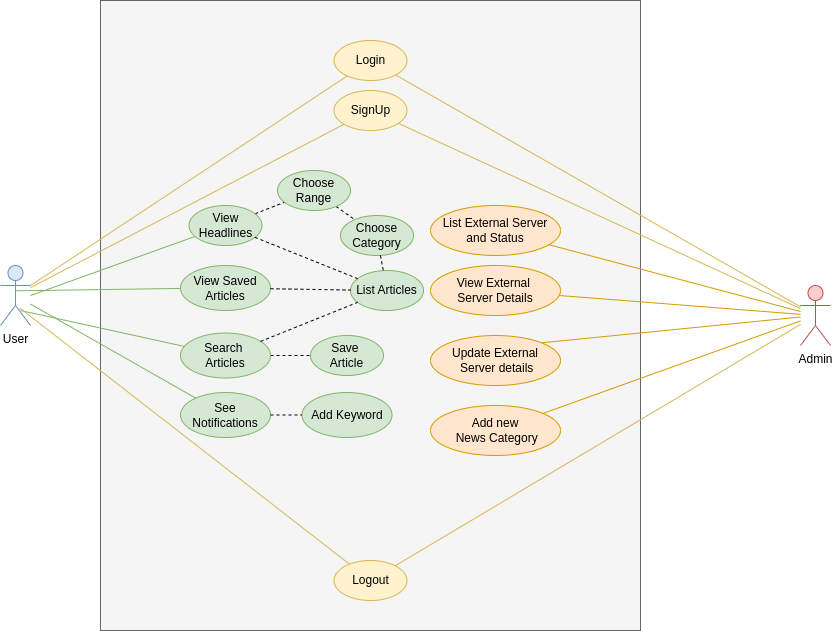
Before: final-project/diagram/L&C_Final_Project_Use_Case_Diagram.drawio.png, a diagram exported from draw.io (KrishanuITT/LearnAndCode). Source tidied: cells renumbered, new cells last; positions are measured from the earlier drawing's top-left corner, leaving out a move shared by most shapes. The source it was exported from:
```xml
<mxGraphModel>
  <root>
    <mxCell id="0" />
    <mxCell id="1" parent="0" />
    <mxCell id="2" style="rounded=0;whiteSpace=wrap;html=1;strokeColor=#666666;fillColor=#f5f5f5;fontColor=#333333;" parent="1" vertex="1">
      <mxGeometry x="100" width="540" height="630" as="geometry" />
    </mxCell>
    <mxCell id="3" style="rounded=0;jettySize=auto;html=1;strokeColor=#d6b656;fillColor=#fff2cc;endArrow=none;startFill=0;" parent="1" edge="1" source="31" target="9">
      <mxGeometry relative="1" as="geometry" />
    </mxCell>
    <mxCell id="4" style="rounded=0;jettySize=auto;html=1;strokeColor=#82b366;fillColor=#d5e8d4;endArrow=none;startFill=0;" parent="1" edge="1" target="25">
      <mxGeometry relative="1" as="geometry">
        <mxPoint x="30" y="295" as="sourcePoint" />
      </mxGeometry>
    </mxCell>
    <mxCell id="5" style="rounded=0;jettySize=auto;html=1;exitX=0.501;exitY=0.422;exitDx=0;exitDy=0;exitPerimeter=0;strokeColor=#82b366;fillColor=#d5e8d4;endArrow=none;startFill=0;" parent="1" edge="1" source="31" target="26">
      <mxGeometry relative="1" as="geometry" />
    </mxCell>
    <mxCell id="6" style="rounded=0;jettySize=auto;html=1;exitX=0.667;exitY=0.75;exitDx=0;exitDy=0;exitPerimeter=0;strokeColor=#82b366;fillColor=#d5e8d4;endArrow=none;startFill=0;" parent="1" edge="1" source="31" target="28">
      <mxGeometry relative="1" as="geometry" />
    </mxCell>
    <mxCell id="7" style="rounded=0;jettySize=auto;html=1;strokeColor=#82b366;fillColor=#d5e8d4;endArrow=none;startFill=0;" parent="1" edge="1" source="31" target="29">
      <mxGeometry relative="1" as="geometry" />
    </mxCell>
    <mxCell id="8" style="rounded=0;jettySize=auto;html=1;exitX=0.652;exitY=0.712;exitDx=0;exitDy=0;exitPerimeter=0;strokeColor=#d6b656;fillColor=#fff2cc;endArrow=none;startFill=0;" parent="1" edge="1" source="31" target="11">
      <mxGeometry relative="1" as="geometry" />
    </mxCell>
    <mxCell id="9" value="Login" style="ellipse;whiteSpace=wrap;html=1;strokeColor=#d6b656;fillColor=#fff2cc;" parent="1" vertex="1">
      <mxGeometry x="333.5" y="40" width="73" height="40" as="geometry" />
    </mxCell>
    <mxCell id="10" value="SignUp" style="ellipse;whiteSpace=wrap;html=1;strokeColor=#d6b656;fillColor=#fff2cc;" parent="1" vertex="1">
      <mxGeometry x="333.5" y="90" width="73" height="40" as="geometry" />
    </mxCell>
    <mxCell id="11" value="Logout" style="ellipse;whiteSpace=wrap;html=1;strokeColor=#d6b656;fillColor=#fff2cc;" parent="1" vertex="1">
      <mxGeometry x="333.5" y="560" width="73" height="40" as="geometry" />
    </mxCell>
    <mxCell id="12" style="rounded=0;jettySize=auto;html=1;strokeColor=#d6b656;fillColor=#fff2cc;endArrow=none;startFill=0;" parent="1" edge="1" source="19" target="9">
      <mxGeometry relative="1" as="geometry" />
    </mxCell>
    <mxCell id="13" style="rounded=0;jettySize=auto;html=1;strokeColor=#d6b656;fillColor=#fff2cc;endArrow=none;startFill=0;" parent="1" edge="1" source="19" target="10">
      <mxGeometry relative="1" as="geometry" />
    </mxCell>
    <mxCell id="14" style="rounded=0;jettySize=auto;html=1;strokeColor=#d79b00;fillColor=#ffe6cc;endArrow=none;startFill=0;" parent="1" edge="1" source="19" target="20">
      <mxGeometry relative="1" as="geometry" />
    </mxCell>
    <mxCell id="15" style="rounded=0;jettySize=auto;html=1;strokeColor=#d79b00;fillColor=#ffe6cc;endArrow=none;startFill=0;" parent="1" edge="1" source="19" target="21">
      <mxGeometry relative="1" as="geometry" />
    </mxCell>
    <mxCell id="16" style="rounded=0;jettySize=auto;html=1;entryX=1;entryY=0;entryDx=0;entryDy=0;strokeColor=#d79b00;fillColor=#ffe6cc;endArrow=none;startFill=0;" parent="1" edge="1" source="19" target="22">
      <mxGeometry relative="1" as="geometry" />
    </mxCell>
    <mxCell id="17" style="rounded=0;jettySize=auto;html=1;strokeColor=#d79b00;fillColor=#ffe6cc;endArrow=none;startFill=0;" parent="1" edge="1" source="19" target="23">
      <mxGeometry relative="1" as="geometry" />
    </mxCell>
    <mxCell id="18" style="rounded=0;jettySize=auto;html=1;strokeColor=#d6b656;fillColor=#fff2cc;endArrow=none;startFill=0;" parent="1" edge="1" source="19" target="11">
      <mxGeometry relative="1" as="geometry" />
    </mxCell>
    <mxCell id="19" value="Admin" style="shape=umlActor;html=1;verticalLabelPosition=bottom;verticalAlign=top;align=center;strokeColor=#b85450;fillColor=#f8cecc;" parent="1" vertex="1">
      <mxGeometry x="800" y="285" width="30" height="60" as="geometry" />
    </mxCell>
    <mxCell id="20" value="List External Server and Status" style="ellipse;whiteSpace=wrap;html=1;strokeColor=#d79b00;fillColor=#ffe6cc;" parent="1" vertex="1">
      <mxGeometry x="430" y="205" width="130" height="50" as="geometry" />
    </mxCell>
    <mxCell id="21" value="View External&amp;nbsp;&lt;div&gt;Server Details&lt;span style=&quot;color: rgba(0, 0, 0, 0); font-family: monospace; font-size: 0px; text-align: start; text-wrap-mode: nowrap;&quot;&gt;%3CmxGraphModel%3E%3Croot%3E%3CmxCell%20id%3D%220%22%2F%3E%3CmxCell%20id%3D%221%22%20parent%3D%220%22%2F%3E%3CmxCell%20id%3D%222%22%20value%3D%22List%20External%20Server%20and%20Status%22%20style%3D%22ellipse%3BwhiteSpace%3Dwrap%3Bhtml%3D1%3B%22%20vertex%3D%221%22%20parent%3D%221%22%3E%3CmxGeometry%20x%3D%22-380%22%20y%3D%22370%22%20width%3D%22130%22%20height%3D%2250%22%20as%3D%22geometry%22%2F%3E%3C%2FmxCell%3E%3C%2Froot%3E%3C%2FmxGraphModel%3E&lt;/span&gt;&lt;/div&gt;" style="ellipse;whiteSpace=wrap;html=1;strokeColor=#d79b00;fillColor=#ffe6cc;" parent="1" vertex="1">
      <mxGeometry x="430" y="265" width="130" height="50" as="geometry" />
    </mxCell>
    <mxCell id="22" value="Update External&lt;div&gt;&amp;nbsp;Server details&lt;/div&gt;" style="ellipse;whiteSpace=wrap;html=1;strokeColor=#d79b00;fillColor=#ffe6cc;" parent="1" vertex="1">
      <mxGeometry x="430" y="335" width="130" height="50" as="geometry" />
    </mxCell>
    <mxCell id="23" value="Add new&lt;div&gt;&amp;nbsp;News Category&lt;/div&gt;" style="ellipse;whiteSpace=wrap;html=1;strokeColor=#d79b00;fillColor=#ffe6cc;" parent="1" vertex="1">
      <mxGeometry x="430" y="405" width="130" height="50" as="geometry" />
    </mxCell>
    <mxCell id="24" style="rounded=0;jettySize=auto;html=1;dashed=1;endArrow=none;startFill=0;" parent="1" edge="1" source="25" target="33">
      <mxGeometry relative="1" as="geometry" />
    </mxCell>
    <mxCell id="25" value="View Headlines" style="ellipse;whiteSpace=wrap;html=1;strokeColor=#82b366;fillColor=#d5e8d4;" parent="1" vertex="1">
      <mxGeometry x="188.5" y="205" width="73" height="40" as="geometry" />
    </mxCell>
    <mxCell id="26" value="View Saved Articles" style="ellipse;whiteSpace=wrap;html=1;strokeColor=#82b366;fillColor=#d5e8d4;" parent="1" vertex="1">
      <mxGeometry x="180" y="265" width="90" height="45" as="geometry" />
    </mxCell>
    <mxCell id="27" style="rounded=0;jettySize=auto;html=1;dashed=1;endArrow=none;startFill=0;" parent="1" edge="1" source="28" target="35">
      <mxGeometry relative="1" as="geometry" />
    </mxCell>
    <mxCell id="28" value="Search&amp;nbsp;&lt;div&gt;Articles&lt;/div&gt;" style="ellipse;whiteSpace=wrap;html=1;strokeColor=#82b366;fillColor=#d5e8d4;" parent="1" vertex="1">
      <mxGeometry x="180" y="332.5" width="90" height="45" as="geometry" />
    </mxCell>
    <mxCell id="29" value="See&lt;div&gt;Notifications&lt;/div&gt;" style="ellipse;whiteSpace=wrap;html=1;strokeColor=#82b366;fillColor=#d5e8d4;" parent="1" vertex="1">
      <mxGeometry x="180" y="392" width="90" height="45" as="geometry" />
    </mxCell>
    <mxCell id="30" style="rounded=0;jettySize=auto;html=1;strokeColor=#d6b656;fillColor=#fff2cc;endArrow=none;startFill=0;" parent="1" edge="1" source="31" target="10">
      <mxGeometry relative="1" as="geometry" />
    </mxCell>
    <mxCell id="31" value="User" style="shape=umlActor;html=1;verticalLabelPosition=bottom;verticalAlign=top;align=center;strokeColor=#6c8ebf;fillColor=#dae8fc;" parent="1" vertex="1">
      <mxGeometry y="265" width="30" height="60" as="geometry" />
    </mxCell>
    <mxCell id="32" style="rounded=0;jettySize=auto;html=1;endArrow=none;startFill=0;dashed=1;" parent="1" edge="1" source="33" target="34">
      <mxGeometry relative="1" as="geometry" />
    </mxCell>
    <mxCell id="33" value="Choose Range" style="ellipse;whiteSpace=wrap;html=1;strokeColor=#82b366;fillColor=#d5e8d4;" parent="1" vertex="1">
      <mxGeometry x="277" y="170" width="73" height="40" as="geometry" />
    </mxCell>
    <mxCell id="34" value="Choose Category" style="ellipse;whiteSpace=wrap;html=1;strokeColor=#82b366;fillColor=#d5e8d4;" parent="1" vertex="1">
      <mxGeometry x="340" y="215" width="73" height="40" as="geometry" />
    </mxCell>
    <mxCell id="35" value="Save&amp;nbsp;&lt;div&gt;Article&lt;/div&gt;" style="ellipse;whiteSpace=wrap;html=1;strokeColor=#82b366;fillColor=#d5e8d4;" parent="1" vertex="1">
      <mxGeometry x="310" y="335" width="73" height="40" as="geometry" />
    </mxCell>
    <mxCell id="36" value="Add Keyword" style="ellipse;whiteSpace=wrap;html=1;strokeColor=#82b366;fillColor=#d5e8d4;" parent="1" vertex="1">
      <mxGeometry x="301.5" y="392" width="90" height="45" as="geometry" />
    </mxCell>
    <mxCell id="37" style="rounded=0;jettySize=auto;html=1;dashed=1;endArrow=none;startFill=0;exitX=1;exitY=0.5;exitDx=0;exitDy=0;" parent="1" edge="1" source="29" target="36">
      <mxGeometry relative="1" as="geometry" />
    </mxCell>
    <mxCell id="38" value="List Articles" style="ellipse;whiteSpace=wrap;html=1;strokeColor=#82b366;fillColor=#d5e8d4;" parent="1" vertex="1">
      <mxGeometry x="350" y="270" width="73" height="40" as="geometry" />
    </mxCell>
    <mxCell id="39" style="rounded=0;jettySize=auto;html=1;dashed=1;endArrow=none;startFill=0;" parent="1" edge="1" source="26" target="38">
      <mxGeometry relative="1" as="geometry" />
    </mxCell>
    <mxCell id="40" style="rounded=0;jettySize=auto;html=1;dashed=1;endArrow=none;startFill=0;" parent="1" edge="1" source="34" target="38">
      <mxGeometry relative="1" as="geometry" />
    </mxCell>
    <mxCell id="41" style="rounded=0;jettySize=auto;html=1;dashed=1;endArrow=none;startFill=0;" parent="1" edge="1" source="28" target="38">
      <mxGeometry relative="1" as="geometry" />
    </mxCell>
    <mxCell id="42" style="rounded=0;jettySize=auto;html=1;dashed=1;endArrow=none;startFill=0;" parent="1" edge="1" source="25" target="38">
      <mxGeometry relative="1" as="geometry" />
    </mxCell>
  </root>
</mxGraphModel>
```
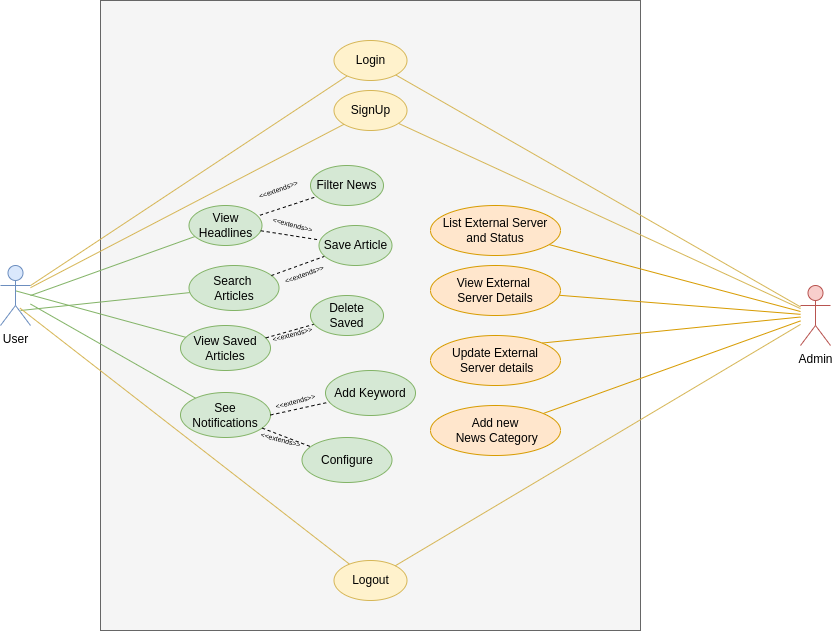
Above is the later version.

Commit message:
updated use case diagram

What changed in the source:
```diff
@@ -70,20 +70,20 @@
     <mxCell id="23" value="Add new&lt;div&gt;&amp;nbsp;News Category&lt;/div&gt;" style="ellipse;whiteSpace=wrap;html=1;strokeColor=#d79b00;fillColor=#ffe6cc;" parent="1" vertex="1">
       <mxGeometry x="430" y="405" width="130" height="50" as="geometry" />
     </mxCell>
-    <mxCell id="24" style="rounded=0;jettySize=auto;html=1;dashed=1;endArrow=none;startFill=0;" parent="1" edge="1" source="25" target="33">
-      <mxGeometry relative="1" as="geometry" />
+    <mxCell id="24" style="rounded=0;orthogonalLoop=1;jettySize=auto;html=1;dashed=1;endArrow=none;startFill=0;" parent="1" edge="1">
+      <mxGeometry relative="1" as="geometry">
+        <mxPoint x="259.6" y="214.7" as="sourcePoint" />
+        <mxPoint x="318.5" y="195.3" as="targetPoint" />
+      </mxGeometry>
     </mxCell>
     <mxCell id="25" value="View Headlines" style="ellipse;whiteSpace=wrap;html=1;strokeColor=#82b366;fillColor=#d5e8d4;" parent="1" vertex="1">
       <mxGeometry x="188.5" y="205" width="73" height="40" as="geometry" />
     </mxCell>
     <mxCell id="26" value="View Saved Articles" style="ellipse;whiteSpace=wrap;html=1;strokeColor=#82b366;fillColor=#d5e8d4;" parent="1" vertex="1">
-      <mxGeometry x="180" y="265" width="90" height="45" as="geometry" />
+      <mxGeometry x="180" y="325" width="90" height="45" as="geometry" />
     </mxCell>
-    <mxCell id="27" style="rounded=0;jettySize=auto;html=1;dashed=1;endArrow=none;startFill=0;" parent="1" edge="1" source="28" target="35">
-      <mxGeometry relative="1" as="geometry" />
-    </mxCell>
     <mxCell id="28" value="Search&amp;nbsp;&lt;div&gt;Articles&lt;/div&gt;" style="ellipse;whiteSpace=wrap;html=1;strokeColor=#82b366;fillColor=#d5e8d4;" parent="1" vertex="1">
-      <mxGeometry x="180" y="332.5" width="90" height="45" as="geometry" />
+      <mxGeometry x="188.5" y="265" width="90" height="45" as="geometry" />
     </mxCell>
     <mxCell id="29" value="See&lt;div&gt;Notifications&lt;/div&gt;" style="ellipse;whiteSpace=wrap;html=1;strokeColor=#82b366;fillColor=#d5e8d4;" parent="1" vertex="1">
       <mxGeometry x="180" y="392" width="90" height="45" as="geometry" />
@@ -94,38 +94,58 @@
     <mxCell id="31" value="User" style="shape=umlActor;html=1;verticalLabelPosition=bottom;verticalAlign=top;align=center;strokeColor=#6c8ebf;fillColor=#dae8fc;" parent="1" vertex="1">
       <mxGeometry y="265" width="30" height="60" as="geometry" />
     </mxCell>
-    <mxCell id="32" style="rounded=0;jettySize=auto;html=1;endArrow=none;startFill=0;dashed=1;" parent="1" edge="1" source="33" target="34">
-      <mxGeometry relative="1" as="geometry" />
+    <mxCell id="32" style="rounded=0;jettySize=auto;html=1;endArrow=none;startFill=0;dashed=1;" parent="1" edge="1" target="x">
+      <mxGeometry relative="1" as="geometry">
+        <mxPoint x="335.5" y="206" as="sourcePoint" />
+      </mxGeometry>
     </mxCell>
-    <mxCell id="33" value="Choose Range" style="ellipse;whiteSpace=wrap;html=1;strokeColor=#82b366;fillColor=#d5e8d4;" parent="1" vertex="1">
-      <mxGeometry x="277" y="170" width="73" height="40" as="geometry" />
-    </mxCell>
-    <mxCell id="34" value="Choose Category" style="ellipse;whiteSpace=wrap;html=1;strokeColor=#82b366;fillColor=#d5e8d4;" parent="1" vertex="1">
-      <mxGeometry x="340" y="215" width="73" height="40" as="geometry" />
-    </mxCell>
-    <mxCell id="35" value="Save&amp;nbsp;&lt;div&gt;Article&lt;/div&gt;" style="ellipse;whiteSpace=wrap;html=1;strokeColor=#82b366;fillColor=#d5e8d4;" parent="1" vertex="1">
-      <mxGeometry x="310" y="335" width="73" height="40" as="geometry" />
-    </mxCell>
     <mxCell id="36" value="Add Keyword" style="ellipse;whiteSpace=wrap;html=1;strokeColor=#82b366;fillColor=#d5e8d4;" parent="1" vertex="1">
-      <mxGeometry x="301.5" y="392" width="90" height="45" as="geometry" />
+      <mxGeometry x="325" y="370" width="90" height="45" as="geometry" />
     </mxCell>
     <mxCell id="37" style="rounded=0;jettySize=auto;html=1;dashed=1;endArrow=none;startFill=0;exitX=1;exitY=0.5;exitDx=0;exitDy=0;" parent="1" edge="1" source="29" target="36">
       <mxGeometry relative="1" as="geometry" />
     </mxCell>
-    <mxCell id="38" value="List Articles" style="ellipse;whiteSpace=wrap;html=1;strokeColor=#82b366;fillColor=#d5e8d4;" parent="1" vertex="1">
-      <mxGeometry x="350" y="270" width="73" height="40" as="geometry" />
-    </mxCell>
-    <mxCell id="39" style="rounded=0;jettySize=auto;html=1;dashed=1;endArrow=none;startFill=0;" parent="1" edge="1" source="26" target="38">
+    <mxCell id="39" style="rounded=0;jettySize=auto;html=1;dashed=1;endArrow=none;startFill=0;" parent="1" edge="1" source="26" target="44">
       <mxGeometry relative="1" as="geometry" />
     </mxCell>
-    <mxCell id="40" style="rounded=0;jettySize=auto;html=1;dashed=1;endArrow=none;startFill=0;" parent="1" edge="1" source="34" target="38">
-      <mxGeometry relative="1" as="geometry" />
-    </mxCell>
-    <mxCell id="41" style="rounded=0;jettySize=auto;html=1;dashed=1;endArrow=none;startFill=0;" parent="1" edge="1" source="28" target="38">
+    <mxCell id="41" style="rounded=0;jettySize=auto;html=1;dashed=1;endArrow=none;startFill=0;" parent="1" edge="1" source="28" target="35">
       <mxGeometry relative="1" as="geometry" />
     </mxCell>
-    <mxCell id="42" style="rounded=0;jettySize=auto;html=1;dashed=1;endArrow=none;startFill=0;" parent="1" edge="1" source="25" target="38">
+    <mxCell id="42" style="rounded=0;jettySize=auto;html=1;dashed=1;endArrow=none;startFill=0;" parent="1" edge="1" source="25" target="35">
       <mxGeometry relative="1" as="geometry" />
     </mxCell>
+    <mxCell id="43" value="Filter News" style="ellipse;whiteSpace=wrap;html=1;strokeColor=#82b366;fillColor=#d5e8d4;" parent="1" vertex="1">
+      <mxGeometry x="310" y="165" width="73" height="40" as="geometry" />
+    </mxCell>
+    <mxCell id="35" value="Save Article" style="ellipse;whiteSpace=wrap;html=1;strokeColor=#82b366;fillColor=#d5e8d4;" parent="1" vertex="1">
+      <mxGeometry x="318.5" y="225" width="73" height="40" as="geometry" />
+    </mxCell>
+    <mxCell id="44" value="Delete Saved" style="ellipse;whiteSpace=wrap;html=1;strokeColor=#82b366;fillColor=#d5e8d4;" parent="1" vertex="1">
+      <mxGeometry x="310" y="295" width="73" height="40" as="geometry" />
+    </mxCell>
+    <mxCell id="45" value="Configure" style="ellipse;whiteSpace=wrap;html=1;strokeColor=#82b366;fillColor=#d5e8d4;" parent="1" vertex="1">
+      <mxGeometry x="301.5" y="437" width="90" height="45" as="geometry" />
+    </mxCell>
+    <mxCell id="46" style="rounded=0;jettySize=auto;html=1;dashed=1;endArrow=none;startFill=0;" parent="1" edge="1" source="29" target="45">
+      <mxGeometry relative="1" as="geometry" />
+    </mxCell>
+    <mxCell id="47" value="&amp;lt;&amp;lt;extends&amp;gt;&amp;gt;" style="text;html=1;align=center;verticalAlign=middle;strokeColor=none;fillColor=none;rotation=-20;fontSize=7;" parent="1" vertex="1">
+      <mxGeometry x="248.3" y="180" width="60" height="20" as="geometry" />
+    </mxCell>
+    <mxCell id="48" value="&amp;lt;&amp;lt;extends&amp;gt;&amp;gt;" style="text;html=1;align=center;verticalAlign=middle;strokeColor=none;fillColor=none;rotation=15;fontSize=7;" parent="1" vertex="1">
+      <mxGeometry x="261.5" y="215" width="60" height="20" as="geometry" />
+    </mxCell>
+    <mxCell id="49" value="&amp;lt;&amp;lt;extends&amp;gt;&amp;gt;" style="text;html=1;align=center;verticalAlign=middle;strokeColor=none;fillColor=none;rotation=-20;fontSize=7;" parent="1" vertex="1">
+      <mxGeometry x="273.5" y="265" width="60" height="20" as="geometry" />
+    </mxCell>
+    <mxCell id="50" value="&amp;lt;&amp;lt;extends&amp;gt;&amp;gt;" style="text;html=1;align=center;verticalAlign=middle;strokeColor=none;fillColor=none;rotation=-15;fontSize=7;" parent="1" vertex="1">
+      <mxGeometry x="261.5" y="325" width="60" height="20" as="geometry" />
+    </mxCell>
+    <mxCell id="51" value="&amp;lt;&amp;lt;extends&amp;gt;&amp;gt;" style="text;html=1;align=center;verticalAlign=middle;strokeColor=none;fillColor=none;rotation=-15;fontSize=7;" parent="1" vertex="1">
+      <mxGeometry x="265" y="392" width="60" height="20" as="geometry" />
+    </mxCell>
+    <mxCell id="52" value="&amp;lt;&amp;lt;extends&amp;gt;&amp;gt;" style="text;html=1;align=center;verticalAlign=middle;strokeColor=none;fillColor=none;rotation=15;fontSize=7;" parent="1" vertex="1">
+      <mxGeometry x="250" y="430" width="60" height="20" as="geometry" />
+    </mxCell>
   </root>
 </mxGraphModel>
```
